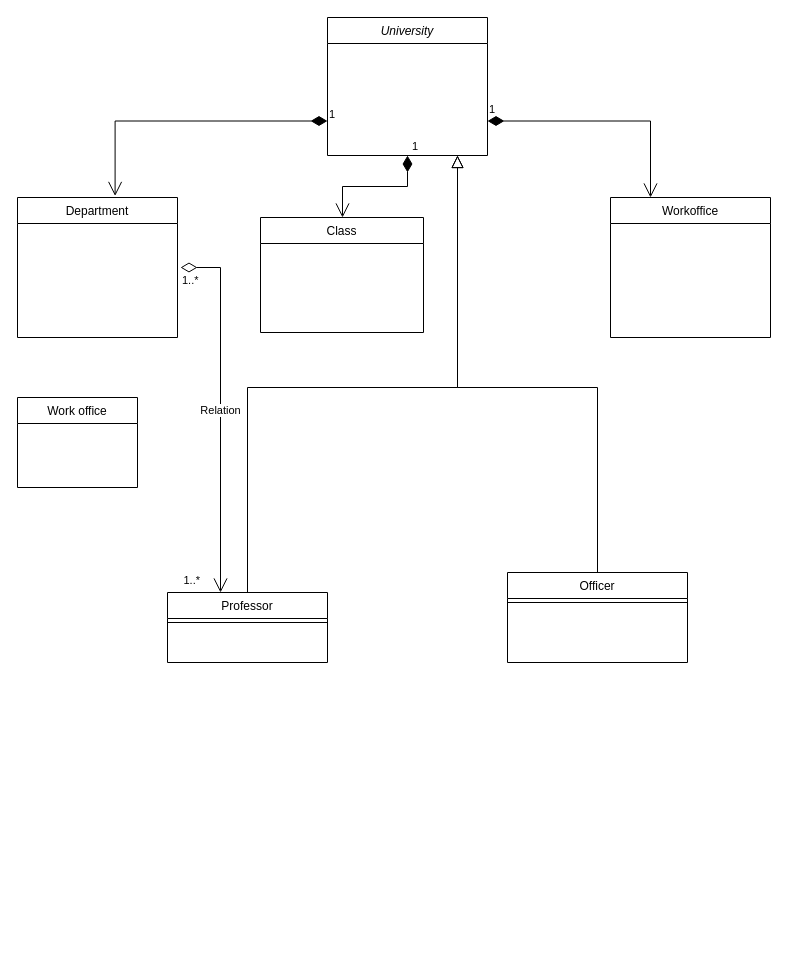
Earlier version of the draw.io diagram Untitled Diagram.drawio (tgbirmak/Nesne-Y-nelimli-Programlama). Source tidied: cells renumbered, new cells numbered last; positions are measured from the earlier drawing's top-left corner, leaving out a move shared by most shapes. Both pictures are drawn from the tidied source at 100%, with x=0, y=0 at pixel (17, 17).
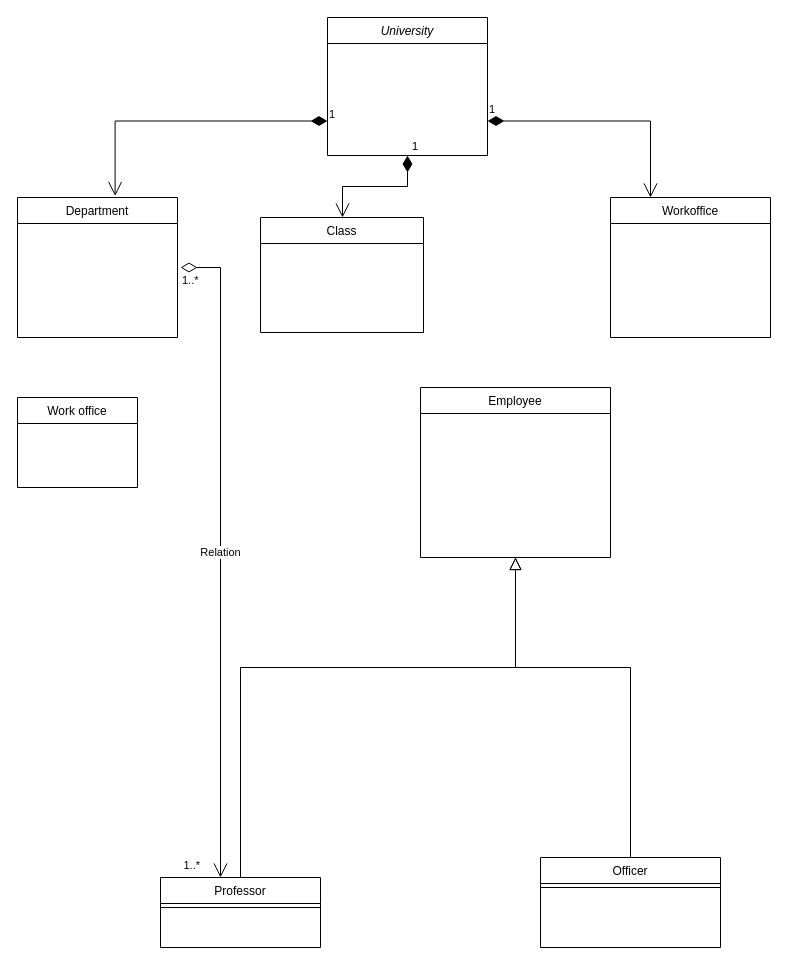
After the change.

Unchanged cells that the change refers to:
```xml
<mxCell id="2" value="University" style="swimlane;fontStyle=2;align=center;verticalAlign=top;horizontal=1;startSize=26;rounded=0;shadow=0;strokeWidth=1;" parent="1" vertex="1">
  <mxGeometry x="310" width="160" height="138" as="geometry" />
</mxCell>
```

Diff of the diagram source:
```diff
@@
     <mxCell id="3" value="Officer" style="swimlane;fontStyle=0;align=center;verticalAlign=top;horizontal=1;startSize=26;rounded=0;shadow=0;strokeWidth=1;" parent="1" vertex="1">
-      <mxGeometry x="490" y="555" width="180" height="90" as="geometry" />
+      <mxGeometry x="523" y="840" width="180" height="90" as="geometry" />
     </mxCell>
@@
-    <mxCell id="5" style="endArrow=block;endSize=10;endFill=0;shadow=0;strokeWidth=1;rounded=0;edgeStyle=elbowEdgeStyle;elbow=vertical;" parent="1" edge="1" source="3" target="2">
+    <mxCell id="5" style="endArrow=block;endSize=10;endFill=0;shadow=0;strokeWidth=1;rounded=0;edgeStyle=elbowEdgeStyle;elbow=vertical;exitX=0.5;exitY=0;exitDx=0;exitDy=0;entryX=0.5;entryY=1;entryDx=0;entryDy=0;" parent="1" edge="1" source="3" target="19">
       <mxGeometry relative="1" as="geometry">
         <Array as="points">
-          <mxPoint x="440" y="370" />
+          <mxPoint x="513" y="650" />
           <mxPoint x="480" y="370" />
           <mxPoint x="440" y="360" />
           <mxPoint x="570" y="370" />
           <mxPoint x="440" y="310" />
         </Array>
       </mxGeometry>
     </mxCell>
     <mxCell id="6" value="Professor" style="swimlane;fontStyle=0;align=center;verticalAlign=top;horizontal=1;startSize=26;rounded=0;shadow=0;strokeWidth=1;" parent="1" vertex="1">
-      <mxGeometry x="150" y="575" width="160" height="70" as="geometry" />
+      <mxGeometry x="143" y="860" width="160" height="70" as="geometry" />
     </mxCell>
@@
-    <mxCell id="8" style="endArrow=block;endSize=10;endFill=0;shadow=0;strokeWidth=1;rounded=0;edgeStyle=elbowEdgeStyle;elbow=vertical;" parent="1" edge="1" source="6" target="2">
+    <mxCell id="8" style="endArrow=block;endSize=10;endFill=0;shadow=0;strokeWidth=1;rounded=0;edgeStyle=elbowEdgeStyle;elbow=vertical;entryX=0.5;entryY=1;entryDx=0;entryDy=0;" parent="1" edge="1" source="6" target="19">
       <mxGeometry relative="1" as="geometry">
         <Array as="points">
-          <mxPoint x="440" y="370" />
+          <mxPoint x="333" y="650" />
           <mxPoint x="440" y="370" />
           <mxPoint x="440" y="350" />
         </Array>
       </mxGeometry>
     </mxCell>
@@
+    <mxCell id="19" value="Employee" style="swimlane;fontStyle=0;align=center;verticalAlign=top;horizontal=1;startSize=26;rounded=0;shadow=0;strokeWidth=1;" parent="1" vertex="1">
+      <mxGeometry x="403" y="370" width="190" height="170" as="geometry" />
+    </mxCell>
```
